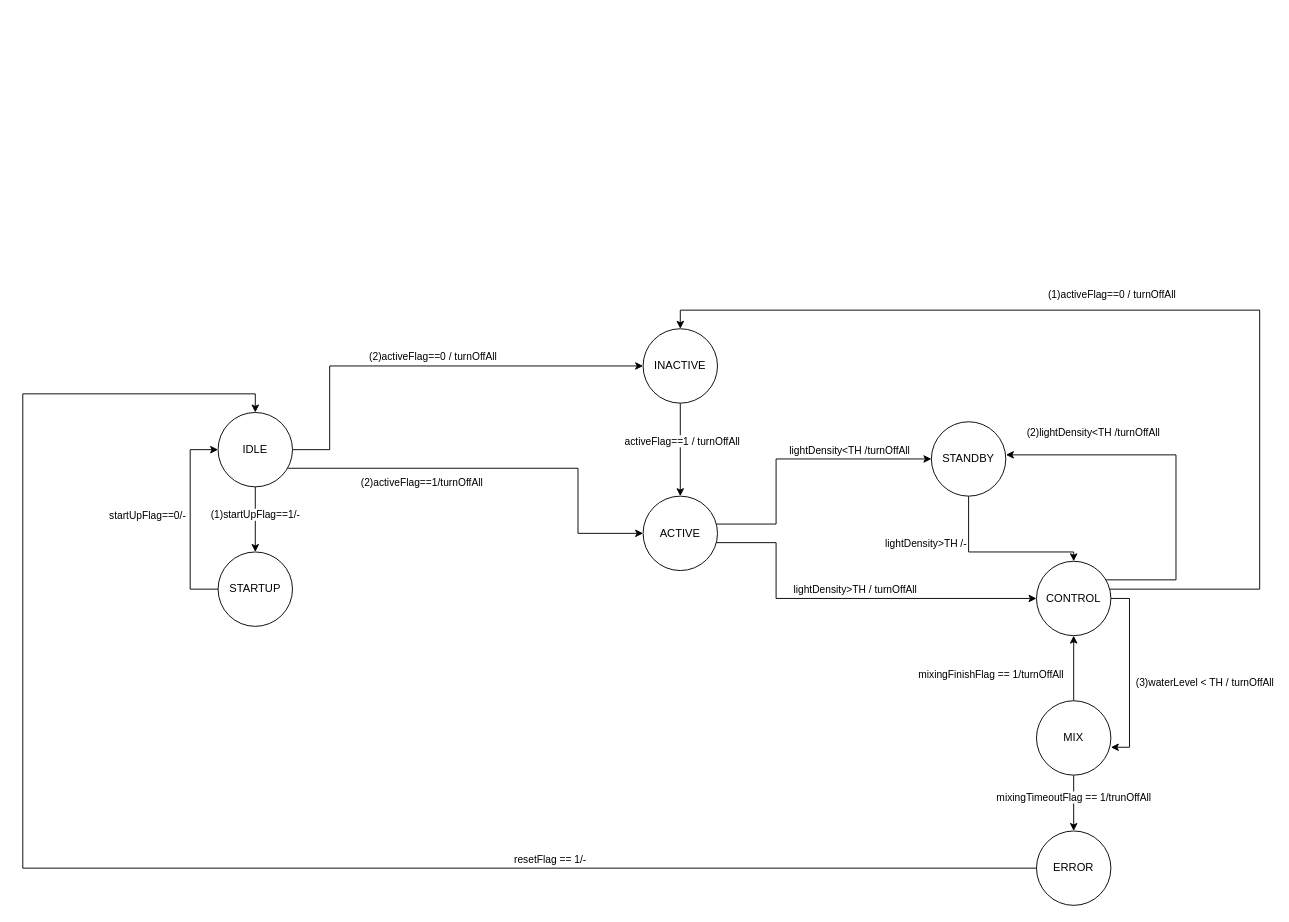
Before: StateMachine.drawio in pepo4343/fit_controller, a draw.io diagram. Source tidied: cells renumbered, new cells numbered last; positions are measured from the earlier drawing's top-left corner, leaving out a move shared by most shapes. Both pictures are drawn from the tidied source at 93%, with x=0, y=0 at pixel (22, 310).
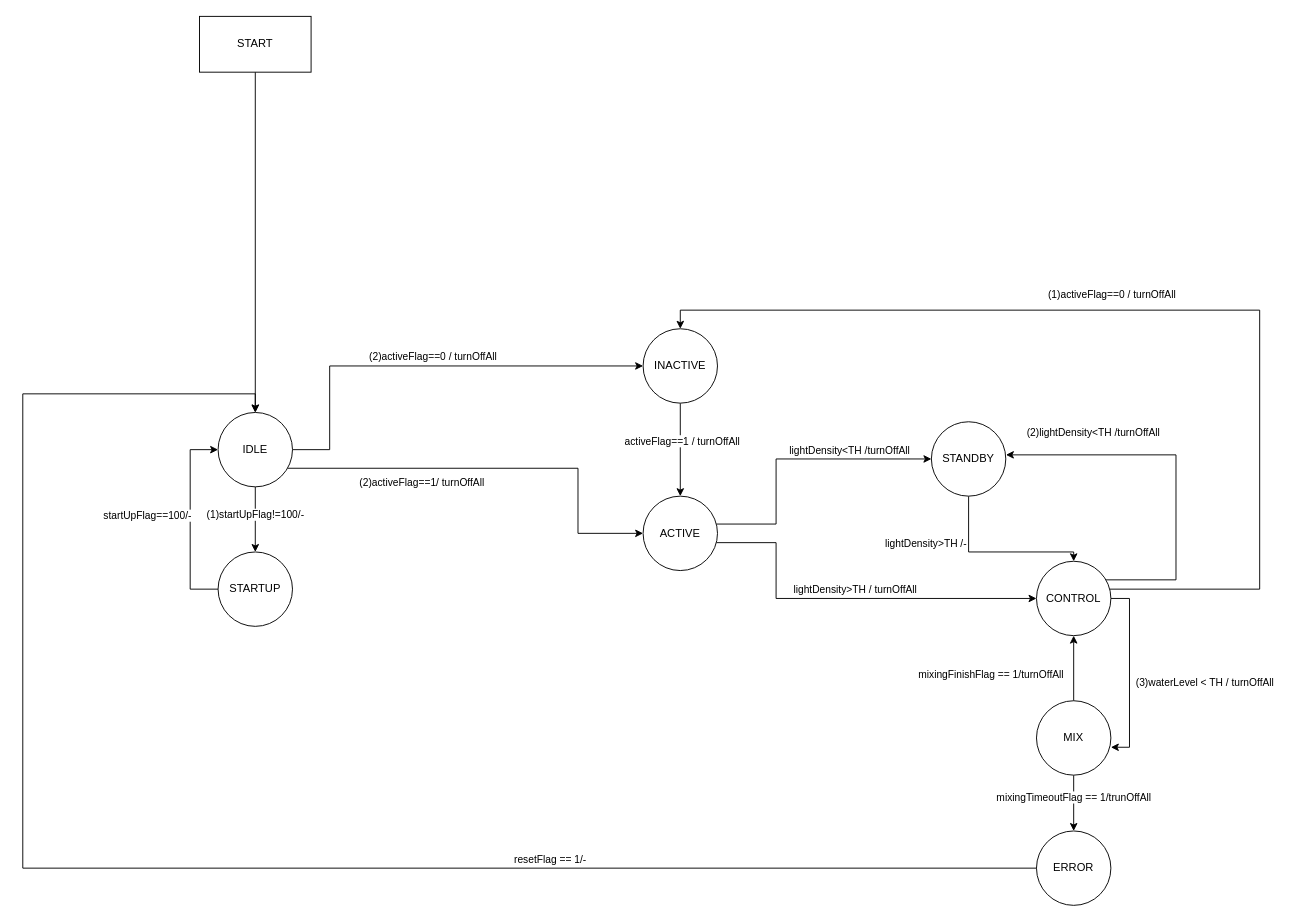
Above is the later version.

Unchanged cells that the change refers to:
```xml
<mxCell id="4" style="edgeStyle=orthogonalEdgeStyle;rounded=0;jettySize=auto;html=1;fontColor=#000000;" parent="1" edge="1" source="6" target="38">
  <mxGeometry relative="1" as="geometry">
    <Array as="points">
      <mxPoint x="597" y="170" />
      <mxPoint x="597" y="240" />
    </Array>
  </mxGeometry>
</mxCell>
<mxCell id="6" value="IDLE" style="ellipse;whiteSpace=wrap;html=1;fontColor=#000000;" parent="1" vertex="1">
  <mxGeometry x="210" y="110" width="80" height="80" as="geometry" />
</mxCell>
<mxCell id="7" style="edgeStyle=orthogonalEdgeStyle;rounded=0;jettySize=auto;html=1;entryX=0;entryY=0.5;entryDx=0;entryDy=0;fontColor=#000000;" parent="1" edge="1" source="9" target="6">
  <mxGeometry relative="1" as="geometry">
    <Array as="points">
      <mxPoint x="180" y="300" />
      <mxPoint x="180" y="150" />
    </Array>
  </mxGeometry>
</mxCell>
<mxCell id="9" value="STARTUP" style="ellipse;whiteSpace=wrap;html=1;fontColor=#000000;" parent="1" vertex="1">
  <mxGeometry x="210" y="260" width="80" height="80" as="geometry" />
</mxCell>
```

The edit, as a diff of the source:
```diff
@@
-    <mxCell id="2" value="(1)startUpFlag==1/-" style="edgeStyle=orthogonalEdgeStyle;rounded=0;jettySize=auto;html=1;entryX=0.5;entryY=0;entryDx=0;entryDy=0;fontColor=#000000;" parent="1" edge="1" source="6" target="9">
+    <mxCell id="2" value="(1)startUpFlag!=100/-" style="edgeStyle=orthogonalEdgeStyle;rounded=0;jettySize=auto;html=1;entryX=0.5;entryY=0;entryDx=0;entryDy=0;fontColor=#000000;" parent="1" edge="1" source="6" target="9">
       <mxGeometry x="-0.14" relative="1" as="geometry" />
     </mxCell>
@@
-    <mxCell id="5" value="(2)activeFlag==1/turnOffAll" style="edgeLabel;html=1;align=center;verticalAlign=middle;fontColor=#000000;" parent="4" vertex="1">
+    <mxCell id="5" value="(2)activeFlag==1/ turnOffAll" style="edgeLabel;html=1;align=center;verticalAlign=middle;fontColor=#000000;" parent="4" vertex="1">
       <mxGeometry x="-0.24" y="-26" relative="1" as="geometry">
         <mxPoint x="-27.9" y="-10.3" as="offset" />
       </mxGeometry>
     </mxCell>
@@
-    <mxCell id="8" value="startUpFlag==0/-" style="edgeLabel;html=1;align=center;verticalAlign=middle;fontColor=#000000;" parent="7" vertex="1">
+    <mxCell id="8" value="startUpFlag==100/-" style="edgeLabel;html=1;align=center;verticalAlign=middle;fontColor=#000000;" parent="7" vertex="1">
       <mxGeometry x="0.08" y="1" relative="1" as="geometry">
         <mxPoint x="-46" y="3.3" as="offset" />
       </mxGeometry>
     </mxCell>
@@
+    <mxCell id="39" style="edgeStyle=orthogonalEdgeStyle;rounded=0;jettySize=auto;html=1;entryX=0.5;entryY=0;entryDx=0;entryDy=0;fontColor=#000000;" parent="1" edge="1" source="40" target="6">
+      <mxGeometry relative="1" as="geometry" />
+    </mxCell>
+    <mxCell id="40" value="START" style="rounded=0;whiteSpace=wrap;html=1;fontColor=#000000;" parent="1" vertex="1">
+      <mxGeometry x="190" y="-315.9" width="120" height="60" as="geometry" />
+    </mxCell>
```
